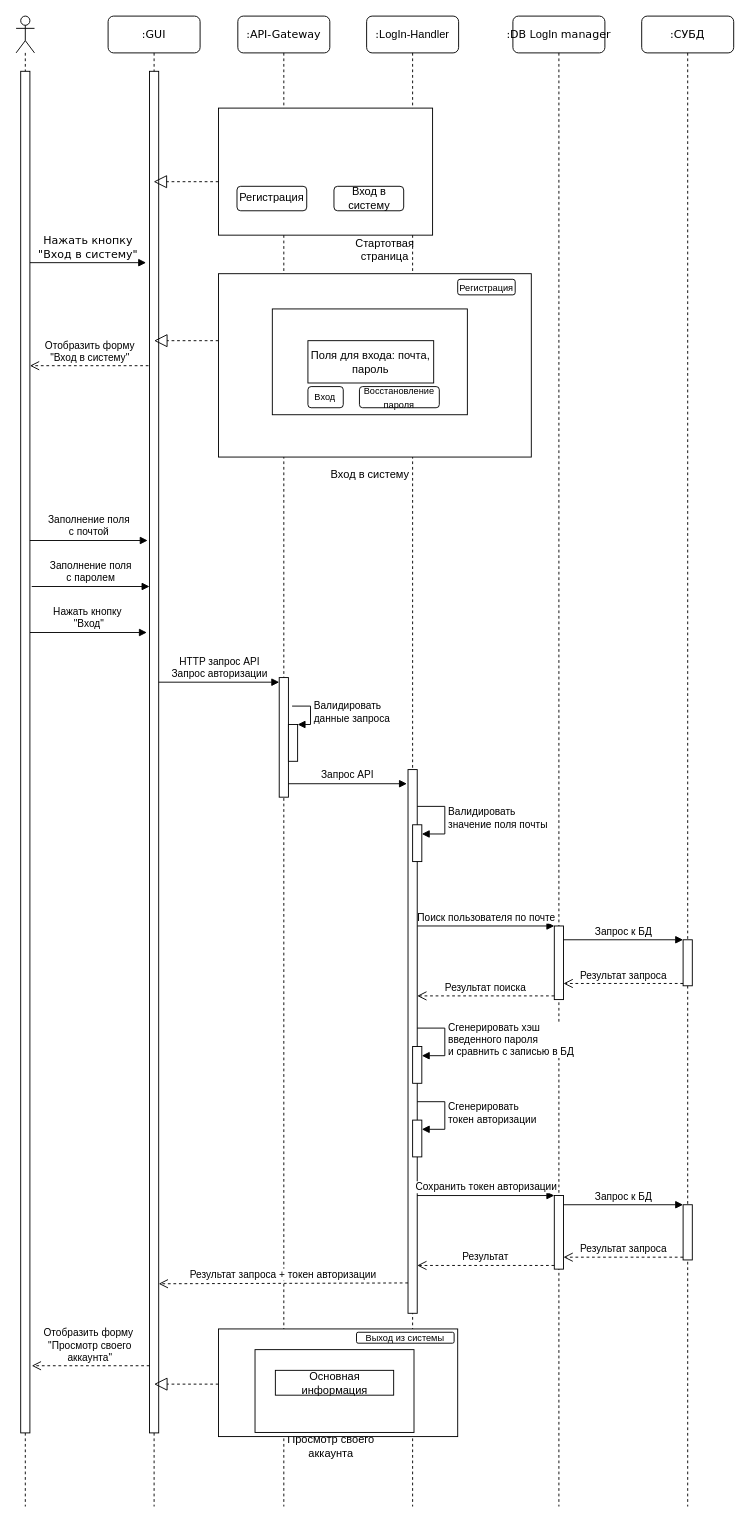
This is raw_diagrams/log_in_request_flow_diagram.drawio from AS2/internet_technologies, a draw.io file, before an edit. Source tidied: cells renumbered, new cells numbered last; positions are measured from the earlier drawing's top-left corner, leaving out a move shared by most shapes. Both pictures are drawn from the tidied source at 92%, with x=0, y=0 at pixel (16, 16).
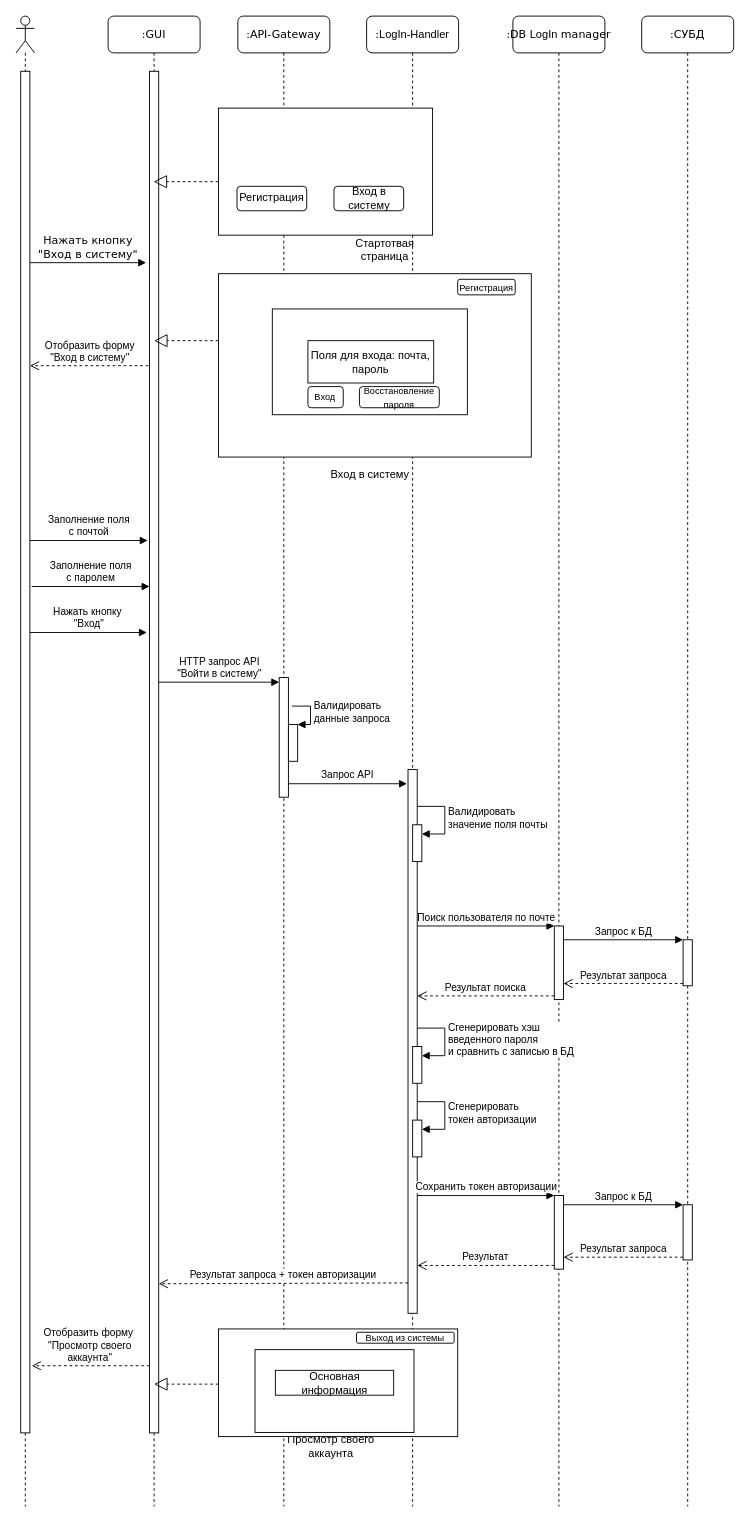
Above is the later version.

Unchanged cells that the change refers to:
```xml
<mxCell id="8" style="html=1;points=[[0,0,0,0,5],[0,1,0,0,-5],[1,0,0,0,5],[1,1,0,0,-5]];perimeter=orthogonalPerimeter;outlineConnect=0;targetShapes=umlLifeline;portConstraint=eastwest;newEdgeStyle={&quot;curved&quot;:0,&quot;rounded&quot;:0};" parent="7" vertex="1">
  <mxGeometry x="45" y="719" width="10" height="130" as="geometry" />
</mxCell>
```

The edit, as a diff of the source:
```diff
@@
-    <mxCell id="20" value="HTTP запрос API&lt;div&gt;Запрос авторизации&lt;/div&gt;" style="html=1;verticalAlign=bottom;endArrow=block;entryX=0;entryY=0;rounded=0;entryDx=0;entryDy=5;entryPerimeter=0;" parent="1" edge="1" target="8">
+    <mxCell id="20" value="HTTP запрос API&lt;div&gt;&quot;Войти в систему&quot;&lt;/div&gt;" style="html=1;verticalAlign=bottom;endArrow=block;entryX=0;entryY=0;rounded=0;entryDx=0;entryDy=5;entryPerimeter=0;" parent="1" edge="1" target="8">
       <mxGeometry relative="1" as="geometry">
         <mxPoint x="155" y="724" as="sourcePoint" />
       </mxGeometry>
     </mxCell>
```
